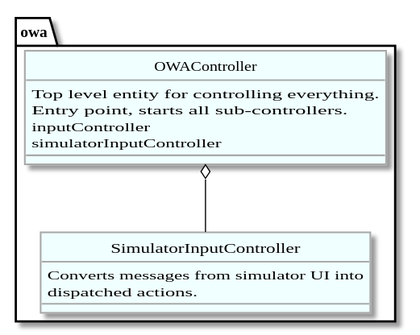
The PlantUML diagram docs/architecture_overview.svg in awakeningio/owa, before a commit. The source it was exported from:
```plantuml
@startuml

skinparam backgroundColor transparent
skinparam defaultFontName Monaco
hide circle
skinparam class {
  backgroundColor Azure
  borderColor DarkGrey
  arrowColor Black
  fontColor Black
}
skinparam object {
  backgroundColor Azure
  borderColor DarkGrey
  arrowColor Black
  fontColor Black
}
skinparam state {
  backgroundColor Azure
  borderColor DarkGrey
  arrowColor Black
  fontColor Black
}
skinparam sequenceParticipant {
  backgroundColor Azure
  borderColor DarkGrey
}
skinparam sequenceLifeLine {
  borderColor DarkGrey
}
skinparam sequence {
  arrowColor Black
}
skinparam component {
  backgroundColor Azure
  borderColor DarkGrey
}
skinparam interface {
  backgroundColor Azure
  borderColor DarkGrey
}

namespace owa {
  class OWAController {
    Top level entity for controlling everything.
    Entry point, starts all sub-controllers.

    inputController
    simulatorInputController
  }

  class SimulatorInputController {

    Converts messages from simulator UI into
    dispatched actions.


  }
  OWAController o-- SimulatorInputController




}


@enduml
```
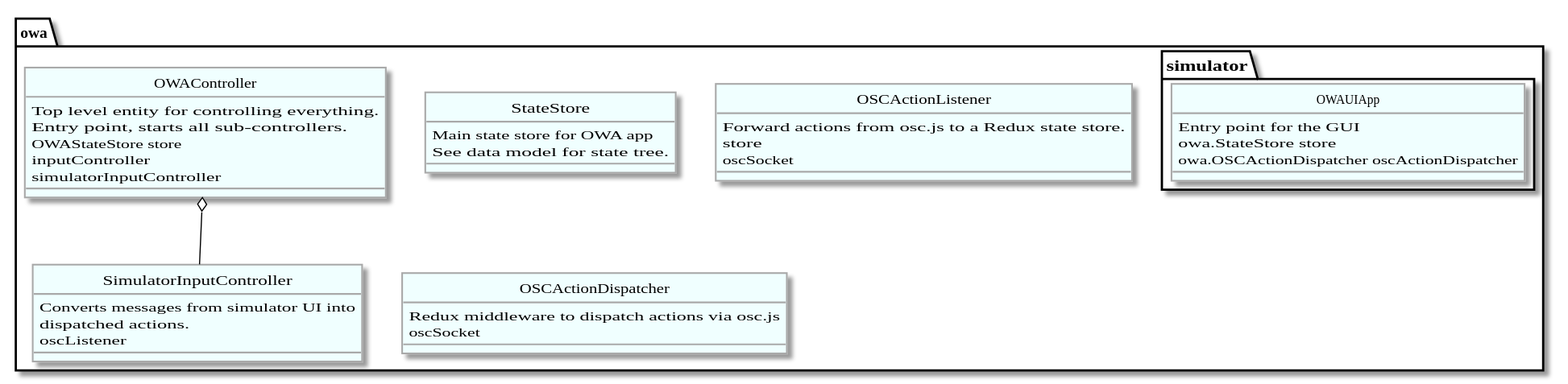
The same diagram one commit later.

Commit message:
simulator infrastructure started

Diff of the diagram source:
```diff
@@ -45,6 +45,7 @@
     Top level entity for controlling everything.
     Entry point, starts all sub-controllers.
 
+    OWAStateStore store
     inputController
     simulatorInputController
   }
@@ -54,6 +55,8 @@
     Converts messages from simulator UI into
     dispatched actions.
 
+    oscListener
+
 
   }
   OWAController o-- SimulatorInputController
@@ -61,7 +64,36 @@
 
 
 
+  class StateStore {
+    Main state store for OWA app
+
+    See data model for state tree.
+  }
+
+  class OSCActionListener {
+    Forward actions from osc.js to a Redux state store.
+
+    store
+    oscSocket
+  }
+
+  class OSCActionDispatcher {
+    Redux middleware to dispatch actions via osc.js
+
+    oscSocket
+  }
+
+  namespace simulator {
+    class OWAUIApp {
+      Entry point for the GUI
+
+      owa.StateStore store
+      owa.OSCActionDispatcher oscActionDispatcher
+    }
+  }
+
 }
 
 
+
 @enduml
```
